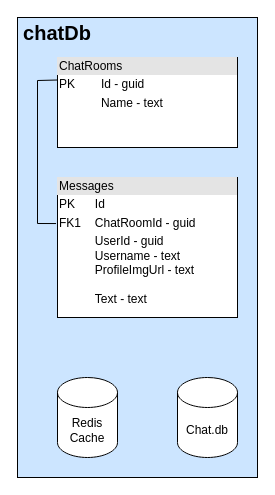
This is page "ChatDB" (4 of 10) of diagrams/Users2_db_schema.drawio from riv4lz/riv4lz-backend, a draw.io file, before an edit. Source tidied: cells renumbered, new cells numbered last; positions are measured from the earlier drawing's top-left corner, leaving out a move shared by most shapes. Both pictures are drawn from the tidied source at 100%, with x=0, y=0 at pixel (17, 17).
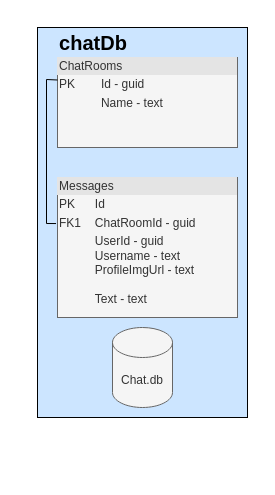
After the change.

What changed in the source:
```diff
@@
 <mxGraphModel>
   <root>
     <mxCell id="0" />
     <mxCell id="1" parent="0" />
     <mxCell id="2" style="rounded=0;whiteSpace=wrap;html=1;fontSize=20;fillColor=#CCE5FF;" parent="1" vertex="1">
-      <mxGeometry width="240" height="460" as="geometry" />
+      <mxGeometry x="20" y="10" width="210" height="390" as="geometry" />
     </mxCell>
-    <mxCell id="3" value="&lt;div style=&quot;box-sizing: border-box ; width: 100% ; background: #e4e4e4 ; padding: 2px&quot;&gt;ChatRooms&lt;/div&gt;&lt;table style=&quot;width: 100% ; font-size: 1em&quot; cellpadding=&quot;2&quot; cellspacing=&quot;0&quot;&gt;&lt;tbody&gt;&lt;tr&gt;&lt;td&gt;PK&lt;/td&gt;&lt;td&gt;Id - guid&lt;/td&gt;&lt;/tr&gt;&lt;tr&gt;&lt;td&gt;&lt;br&gt;&lt;/td&gt;&lt;td&gt;Name - text&lt;/td&gt;&lt;/tr&gt;&lt;tr&gt;&lt;td&gt;&lt;/td&gt;&lt;td&gt;&lt;br&gt;&lt;/td&gt;&lt;/tr&gt;&lt;/tbody&gt;&lt;/table&gt;" style="verticalAlign=top;align=left;overflow=fill;html=1;" parent="1" vertex="1">
+    <mxCell id="3" value="&lt;div style=&quot;box-sizing: border-box ; width: 100% ; background: #e4e4e4 ; padding: 2px&quot;&gt;ChatRooms&lt;/div&gt;&lt;table style=&quot;width: 100% ; font-size: 1em&quot; cellpadding=&quot;2&quot; cellspacing=&quot;0&quot;&gt;&lt;tbody&gt;&lt;tr&gt;&lt;td&gt;PK&lt;/td&gt;&lt;td&gt;Id - guid&lt;/td&gt;&lt;/tr&gt;&lt;tr&gt;&lt;td&gt;&lt;br&gt;&lt;/td&gt;&lt;td&gt;Name - text&lt;/td&gt;&lt;/tr&gt;&lt;tr&gt;&lt;td&gt;&lt;/td&gt;&lt;td&gt;&lt;br&gt;&lt;/td&gt;&lt;/tr&gt;&lt;/tbody&gt;&lt;/table&gt;" style="verticalAlign=top;align=left;overflow=fill;html=1;fillColor=#f5f5f5;fontColor=#333333;strokeColor=#666666;" parent="1" vertex="1">
       <mxGeometry x="40" y="40" width="180" height="90" as="geometry" />
     </mxCell>
-    <mxCell id="4" value="&lt;div style=&quot;box-sizing: border-box ; width: 100% ; background: #e4e4e4 ; padding: 2px&quot;&gt;Messages&lt;/div&gt;&lt;table style=&quot;width: 100% ; font-size: 1em&quot; cellpadding=&quot;2&quot; cellspacing=&quot;0&quot;&gt;&lt;tbody&gt;&lt;tr&gt;&lt;td&gt;PK&lt;/td&gt;&lt;td&gt;Id&lt;/td&gt;&lt;/tr&gt;&lt;tr&gt;&lt;td&gt;FK1&lt;/td&gt;&lt;td&gt;ChatRoomId - guid&lt;/td&gt;&lt;/tr&gt;&lt;tr&gt;&lt;td&gt;&lt;/td&gt;&lt;td&gt;UserId - guid&lt;br&gt;Username - text&lt;br&gt;ProfileImgUrl - text&lt;br&gt;&lt;br&gt;Text - text&lt;/td&gt;&lt;/tr&gt;&lt;/tbody&gt;&lt;/table&gt;" style="verticalAlign=top;align=left;overflow=fill;html=1;" parent="1" vertex="1">
+    <mxCell id="4" value="&lt;div style=&quot;box-sizing: border-box ; width: 100% ; background: #e4e4e4 ; padding: 2px&quot;&gt;Messages&lt;/div&gt;&lt;table style=&quot;width: 100% ; font-size: 1em&quot; cellpadding=&quot;2&quot; cellspacing=&quot;0&quot;&gt;&lt;tbody&gt;&lt;tr&gt;&lt;td&gt;PK&lt;/td&gt;&lt;td&gt;Id&lt;/td&gt;&lt;/tr&gt;&lt;tr&gt;&lt;td&gt;FK1&lt;/td&gt;&lt;td&gt;ChatRoomId - guid&lt;/td&gt;&lt;/tr&gt;&lt;tr&gt;&lt;td&gt;&lt;/td&gt;&lt;td&gt;UserId - guid&lt;br&gt;Username - text&lt;br&gt;ProfileImgUrl - text&lt;br&gt;&lt;br&gt;Text - text&lt;/td&gt;&lt;/tr&gt;&lt;/tbody&gt;&lt;/table&gt;" style="verticalAlign=top;align=left;overflow=fill;html=1;fillColor=#f5f5f5;fontColor=#333333;strokeColor=#666666;" parent="1" vertex="1">
       <mxGeometry x="40" y="160" width="180" height="140" as="geometry" />
     </mxCell>
-    <mxCell id="5" value="Chat.db" style="shape=cylinder3;whiteSpace=wrap;html=1;boundedLbl=1;backgroundOutline=1;size=15;" parent="1" vertex="1">
-      <mxGeometry x="160" y="360" width="60" height="80" as="geometry" />
+    <mxCell id="5" value="Chat.db" style="shape=cylinder3;whiteSpace=wrap;html=1;boundedLbl=1;backgroundOutline=1;size=15;fillColor=#f5f5f5;fontColor=#333333;strokeColor=#666666;" parent="1" vertex="1">
+      <mxGeometry x="95" y="310" width="60" height="80" as="geometry" />
     </mxCell>
     <mxCell id="6" style="endArrow=none;html=1;rounded=0;entryX=0;entryY=0.25;entryDx=0;entryDy=0;exitX=-0.008;exitY=0.329;exitDx=0;exitDy=0;exitPerimeter=0;" parent="1" edge="1" source="4" target="3">
       <mxGeometry relative="1" as="geometry">
         <Array as="points">
-          <mxPoint x="20" y="206" />
-          <mxPoint x="20" y="63" />
+          <mxPoint x="29" y="206" />
+          <mxPoint x="29" y="62" />
         </Array>
       </mxGeometry>
     </mxCell>
-    <mxCell id="7" value="Redis Cache" style="shape=cylinder3;whiteSpace=wrap;html=1;boundedLbl=1;backgroundOutline=1;size=15;" parent="1" vertex="1">
-      <mxGeometry x="40" y="360" width="60" height="80" as="geometry" />
-    </mxCell>
     <mxCell id="8" value="&lt;b&gt;&lt;font style=&quot;font-size: 20px;&quot;&gt;chatDb&lt;/font&gt;&lt;/b&gt;" style="text;html=1;strokeColor=none;fillColor=none;align=center;verticalAlign=middle;whiteSpace=wrap;rounded=0;" parent="1" vertex="1">
-      <mxGeometry x="10" width="60" height="30" as="geometry" />
+      <mxGeometry x="46" y="10" width="60" height="30" as="geometry" />
     </mxCell>
   </root>
 </mxGraphModel>
```
